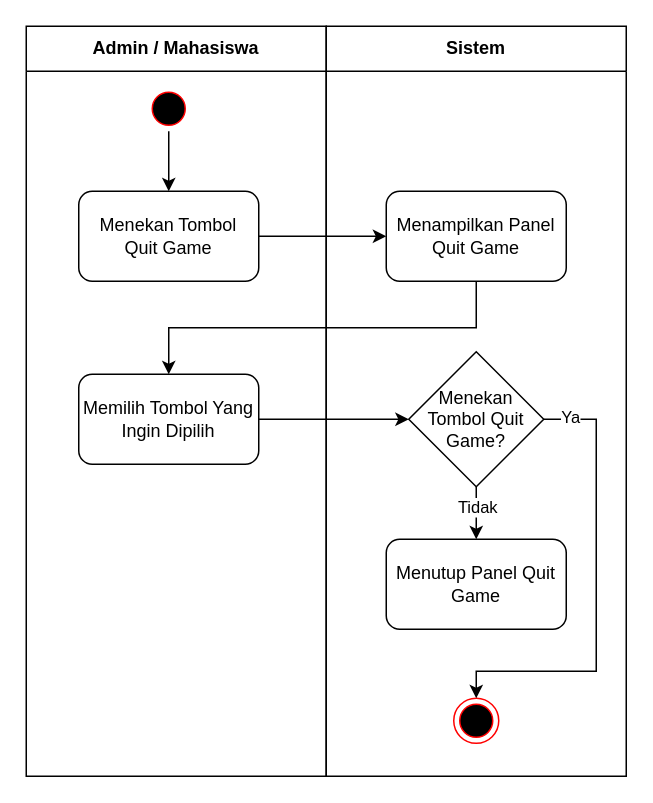
Before: skripsi/skripsi/gambar/BAB III/Activity Diagram/Activity Diagram Main Menu - Quit Game.drawio in hako-975/UNPAM-File, a draw.io diagram. Source tidied: cells renumbered, new cells numbered last; positions are measured from the earlier drawing's top-left corner, leaving out a move shared by most shapes. Both pictures are drawn from the tidied source at 150%, with x=0, y=0 at pixel (26, 26).
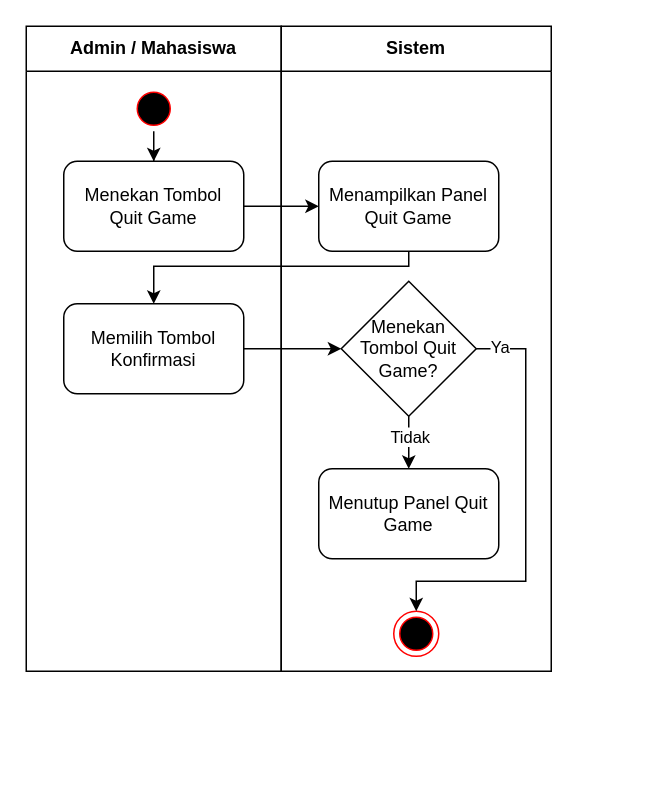
The same page after the edit.

Diff of the diagram source:
```diff
@@
     <mxCell id="2" value="Admin / Mahasiswa" style="swimlane;whiteSpace=wrap;html=1;startSize=30;" parent="1" vertex="1">
-      <mxGeometry width="200" height="500" as="geometry" />
+      <mxGeometry width="170" height="430" as="geometry" />
     </mxCell>
@@
     <mxCell id="4" style="ellipse;html=1;shape=startState;fillColor=#000000;strokeColor=#ff0000;" parent="2" vertex="1">
-      <mxGeometry x="80" y="40" width="30" height="30" as="geometry" />
+      <mxGeometry x="70" y="40" width="30" height="30" as="geometry" />
     </mxCell>
     <mxCell id="5" value="Menekan Tombol&lt;div&gt;Quit Game&lt;/div&gt;" style="rounded=1;whiteSpace=wrap;html=1;" parent="2" vertex="1">
-      <mxGeometry x="35" y="110" width="120" height="60" as="geometry" />
+      <mxGeometry x="25" y="90" width="120" height="60" as="geometry" />
     </mxCell>
-    <mxCell id="6" value="Memilih Tombol Yang Ingin Dipilih" style="whiteSpace=wrap;html=1;rounded=1;" parent="2" vertex="1">
-      <mxGeometry x="35" y="232" width="120" height="60" as="geometry" />
+    <mxCell id="6" value="Memilih Tombol Konfirmasi" style="whiteSpace=wrap;html=1;rounded=1;" parent="2" vertex="1">
+      <mxGeometry x="25" y="185" width="120" height="60" as="geometry" />
     </mxCell>
     <mxCell id="7" value="Sistem" style="swimlane;whiteSpace=wrap;html=1;startSize=30;" parent="1" vertex="1">
-      <mxGeometry x="200" width="200" height="500" as="geometry" />
+      <mxGeometry x="170" width="180" height="430" as="geometry" />
     </mxCell>
     <mxCell id="8" value="Menampilkan Panel Quit Game" style="whiteSpace=wrap;html=1;rounded=1;" parent="7" vertex="1">
-      <mxGeometry x="40" y="110" width="120" height="60" as="geometry" />
+      <mxGeometry x="25" y="90" width="120" height="60" as="geometry" />
     </mxCell>
     <mxCell id="9" style="ellipse;html=1;shape=endState;fillColor=#000000;strokeColor=#ff0000;" parent="7" vertex="1">
-      <mxGeometry x="85" y="448" width="30" height="30" as="geometry" />
+      <mxGeometry x="75" y="390" width="30" height="30" as="geometry" />
     </mxCell>
     <mxCell id="10" style="edgeStyle=orthogonalEdgeStyle;rounded=0;jettySize=auto;html=1;exitX=1;exitY=0.5;exitDx=0;exitDy=0;entryX=0.5;entryY=0;entryDx=0;entryDy=0;" parent="7" edge="1" source="12" target="9">
       <mxGeometry relative="1" as="geometry">
         <Array as="points">
-          <mxPoint x="180" y="262" />
-          <mxPoint x="180" y="430" />
-          <mxPoint x="100" y="430" />
+          <mxPoint x="163" y="215" />
+          <mxPoint x="163" y="370" />
+          <mxPoint x="90" y="370" />
         </Array>
       </mxGeometry>
     </mxCell>
     <mxCell id="11" value="Ya" style="edgeLabel;html=1;align=center;verticalAlign=middle;" parent="10" vertex="1">
       <mxGeometry x="-0.88" y="3" relative="1" as="geometry">
-        <mxPoint x="-1" y="1" as="offset" />
+        <mxPoint x="-2" y="1" as="offset" />
       </mxGeometry>
     </mxCell>
     <mxCell id="12" value="Menekan Tombol Quit Game?" style="rhombus;whiteSpace=wrap;html=1;" parent="7" vertex="1">
-      <mxGeometry x="55" y="217" width="90" height="90" as="geometry" />
+      <mxGeometry x="40" y="170" width="90" height="90" as="geometry" />
     </mxCell>
     <mxCell id="13" value="Menutup Panel Quit Game" style="whiteSpace=wrap;html=1;rounded=1;" parent="7" vertex="1">
-      <mxGeometry x="40" y="342" width="120" height="60" as="geometry" />
+      <mxGeometry x="25" y="295" width="120" height="60" as="geometry" />
     </mxCell>
@@
     <mxCell id="17" style="edgeStyle=orthogonalEdgeStyle;rounded=0;jettySize=auto;html=1;exitX=0.5;exitY=1;exitDx=0;exitDy=0;entryX=0.5;entryY=0;entryDx=0;entryDy=0;" parent="1" edge="1" source="8" target="6">
-      <mxGeometry relative="1" as="geometry" />
+      <mxGeometry relative="1" as="geometry">
+        <Array as="points">
+          <mxPoint x="255" y="160" />
+          <mxPoint x="85" y="160" />
+        </Array>
+      </mxGeometry>
     </mxCell>
```
